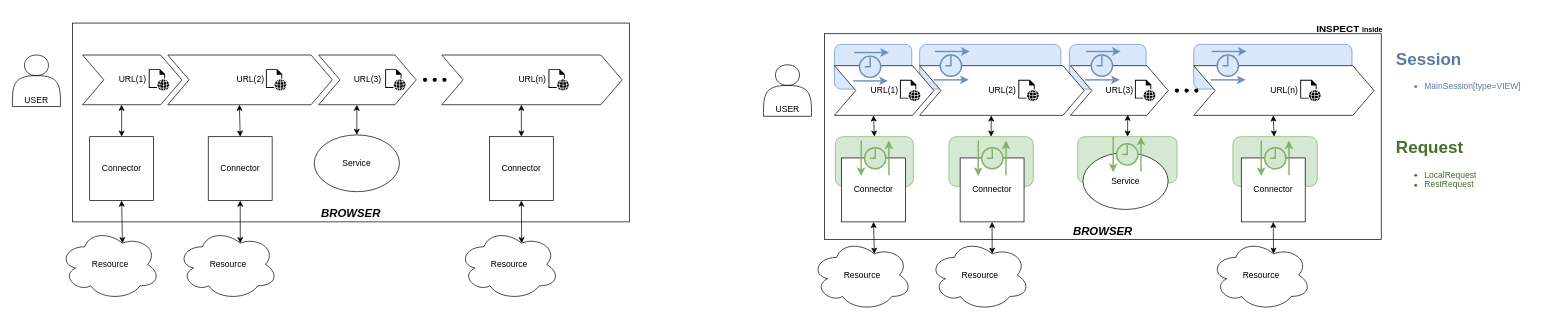
This is page "collector-2" (2 of 5) of doc/diagram/Diagramme sans nom.drawio from oneteme/inspect-core, a draw.io file, before an edit. Source tidied: cells renumbered, new cells numbered last; positions are measured from the earlier drawing's top-left corner, leaving out a move shared by most shapes. Both pictures are drawn from the tidied source at 71%, with x=0, y=0 at pixel (12, 12).
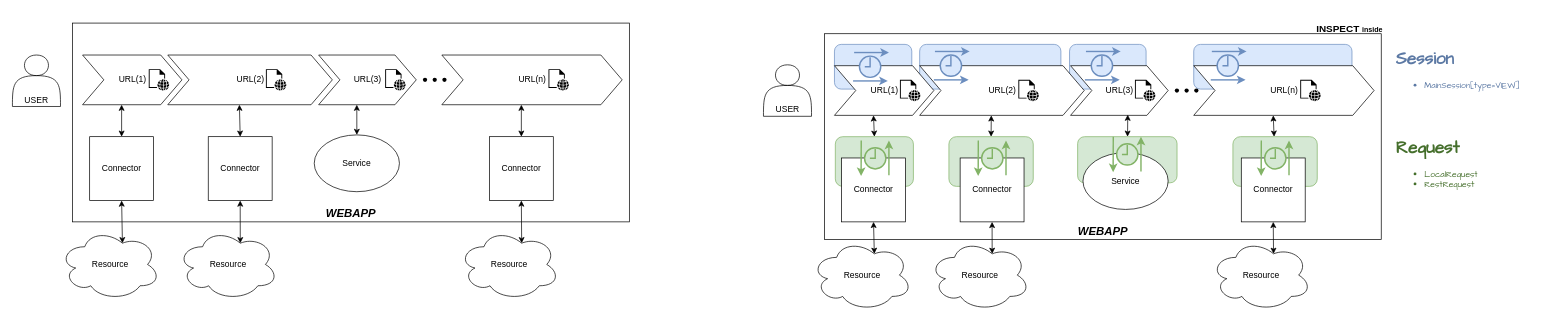
After the change.

What changed in the source:
```diff
@@
-    <mxCell id="2" value="BROWSER" style="rounded=0;whiteSpace=wrap;html=1;verticalAlign=bottom;fontSize=16;fontStyle=3;" parent="1" vertex="1">
+    <mxCell id="2" value="WEBAPP" style="rounded=0;whiteSpace=wrap;html=1;verticalAlign=bottom;fontSize=16;fontStyle=3;" parent="1" vertex="1">
       <mxGeometry x="1143.7" y="30" width="784.2" height="290" as="geometry" />
     </mxCell>
@@
-    <mxCell id="11" value="BROWSER" style="rounded=0;whiteSpace=wrap;html=1;verticalAlign=bottom;fontSize=16;fontStyle=3;" parent="1" vertex="1">
+    <mxCell id="11" value="WEBAPP" style="rounded=0;whiteSpace=wrap;html=1;verticalAlign=bottom;fontSize=16;fontStyle=3;" parent="1" vertex="1">
       <mxGeometry x="84.7" y="15" width="784.2" height="280" as="geometry" />
     </mxCell>
@@
-    <mxCell id="68" value="&lt;h1 style=&quot;margin-top: 0px;&quot;&gt;Session&lt;/h1&gt;&lt;p&gt;&lt;/p&gt;&lt;ul&gt;&lt;li&gt;&lt;span style=&quot;background-color: initial;&quot;&gt;MainSession[type=VIEW]&lt;/span&gt;&lt;/li&gt;&lt;/ul&gt;&lt;p&gt;&lt;/p&gt;" style="text;html=1;whiteSpace=wrap;overflow=hidden;rounded=0;fontColor=#5c79a4;" parent="1" vertex="1">
+    <mxCell id="68" value="&lt;h1 style=&quot;margin-top: 0px;&quot;&gt;Session&lt;/h1&gt;&lt;p&gt;&lt;/p&gt;&lt;ul&gt;&lt;li&gt;&lt;span style=&quot;background-color: initial;&quot;&gt;MainSession[type=VIEW]&lt;/span&gt;&lt;/li&gt;&lt;/ul&gt;&lt;p&gt;&lt;/p&gt;" style="text;html=1;whiteSpace=wrap;overflow=hidden;rounded=0;fontColor=#5c79a4;fontFamily=Architects Daughter;" parent="1" vertex="1">
       <mxGeometry x="1947" y="45" width="180" height="85" as="geometry" />
     </mxCell>
-    <mxCell id="69" value="&lt;h1 style=&quot;margin-top: 0px;&quot;&gt;Request&lt;/h1&gt;&lt;div&gt;&lt;ul&gt;&lt;li&gt;LocalRequest&lt;/li&gt;&lt;li&gt;RestRequest&lt;/li&gt;&lt;/ul&gt;&lt;/div&gt;&lt;div&gt;&lt;br&gt;&lt;/div&gt;" style="text;html=1;whiteSpace=wrap;overflow=hidden;rounded=0;fontColor=#456F2C;" parent="1" vertex="1">
+    <mxCell id="69" value="&lt;h1 style=&quot;margin-top: 0px;&quot;&gt;Request&lt;/h1&gt;&lt;div&gt;&lt;ul&gt;&lt;li&gt;LocalRequest&lt;/li&gt;&lt;li&gt;RestRequest&lt;/li&gt;&lt;/ul&gt;&lt;/div&gt;&lt;div&gt;&lt;br&gt;&lt;/div&gt;" style="text;html=1;whiteSpace=wrap;overflow=hidden;rounded=0;fontColor=#456F2C;fontFamily=Architects Daughter;" parent="1" vertex="1">
       <mxGeometry x="1947" y="170" width="200" height="164" as="geometry" />
     </mxCell>
```
